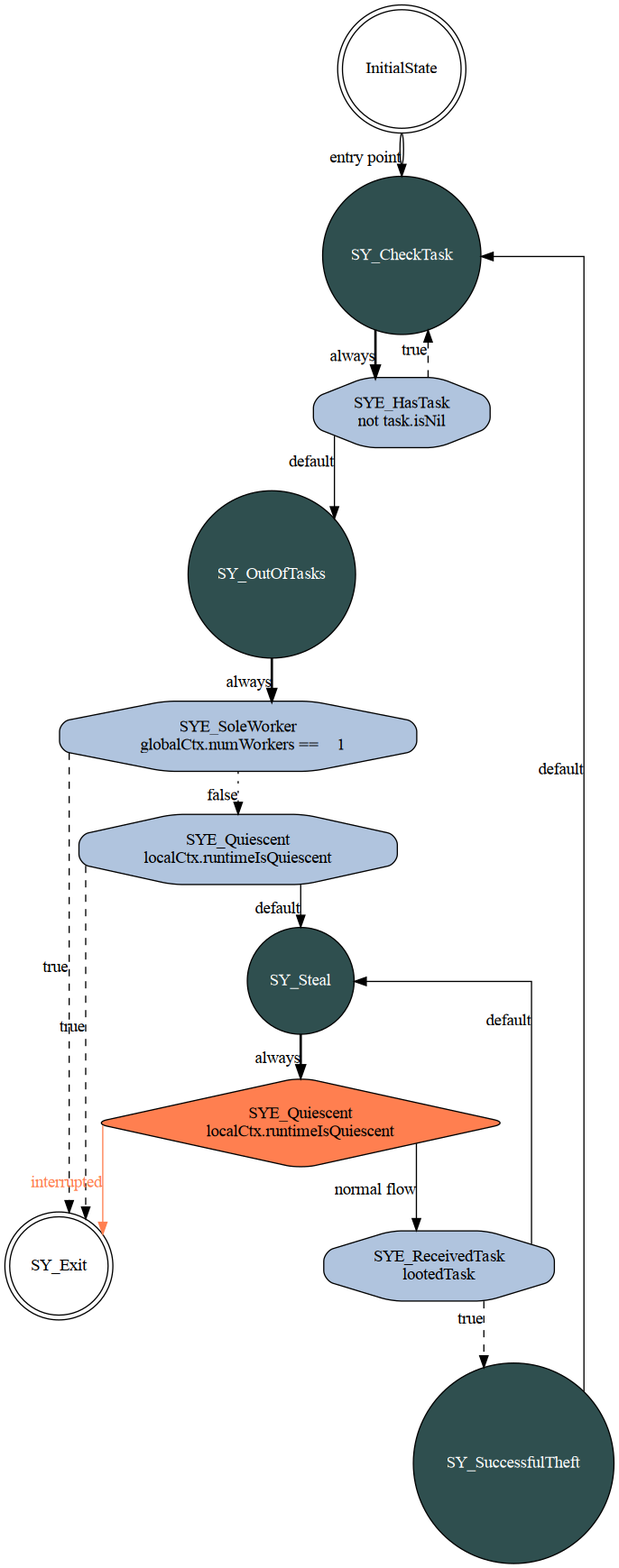
The Graphviz diagram weave/state_machines/sync_root.png in mratsim/weave, before a commit. Its source is kept beside it as weave/state_machines/sync_root.dot. Its diagram source:
```dot
digraph syncRootFSA{
    splines=ortho;
    node [shape = doublecircle]; InitialState SY_Exit;
    node [shape = circle, fontcolor=white, fillcolor=darkslategrey, style="filled"]; SY_OutOfTasks SY_CheckTask SY_SuccessfulTheft SY_Steal;
    InitialState -> SY_CheckTask [color="black:invis:black", xlabel="entry point"];
    node [shape = octagon, fontcolor=black, fillcolor=lightsteelblue, style="rounded,filled"]; SY_OutOfTasks_SYE_SoleWorker SY_OutOfTasks_SYE_Quiescent SY_CheckTask_SYE_HasTask SY_Steal_SYE_ReceivedTask ;
    node [shape = diamond, fontcolor=black, fillcolor=coral, style="rounded,filled"]; SY_Steal_SYE_Quiescent ;
    SY_OutOfTasks_SYE_SoleWorker [label="SYE_SoleWorker\n  globalCtx.numWorkers ==    1"];
    SY_OutOfTasks_SYE_Quiescent [label="SYE_Quiescent\nlocalCtx.runtimeIsQuiescent"];
    SY_CheckTask_SYE_HasTask [label="SYE_HasTask\nnot task.isNil"];
    SY_Steal_SYE_ReceivedTask [label="SYE_ReceivedTask\nlootedTask"];
    SY_Steal_SYE_Quiescent [label="SYE_Quiescent\nlocalCtx.runtimeIsQuiescent"];
    SY_OutOfTasks -> SY_OutOfTasks_SYE_SoleWorker[style=bold, xlabel="always"];
    SY_OutOfTasks_SYE_SoleWorker -> SY_Exit [style=dashed, xlabel="true"];
    SY_OutOfTasks_SYE_SoleWorker -> SY_OutOfTasks_SYE_Quiescent[style=dotted, xlabel="false"];
    SY_OutOfTasks_SYE_Quiescent -> SY_Exit [style=dashed, xlabel="true"];
    SY_OutOfTasks_SYE_Quiescent -> SY_Steal [xlabel="default"];
    SY_CheckTask -> SY_CheckTask_SYE_HasTask[style=bold, xlabel="always"];
    SY_CheckTask_SYE_HasTask -> SY_CheckTask [style=dashed, xlabel="true"];
    SY_CheckTask_SYE_HasTask -> SY_OutOfTasks [xlabel="default"];
    SY_SuccessfulTheft -> SY_CheckTask [xlabel="default"];
    SY_Steal -> SY_Steal_SYE_Quiescent[style=bold, xlabel="always"];
    SY_Steal_SYE_Quiescent -> SY_Exit [color="coral", fontcolor="coral", xlabel="interrupted"];
    SY_Steal_SYE_Quiescent -> SY_Steal_SYE_ReceivedTask[xlabel="normal flow"];
    SY_Steal_SYE_ReceivedTask -> SY_SuccessfulTheft [style=dashed, xlabel="true"];
    SY_Steal_SYE_ReceivedTask -> SY_Steal [xlabel="default"];
}
```
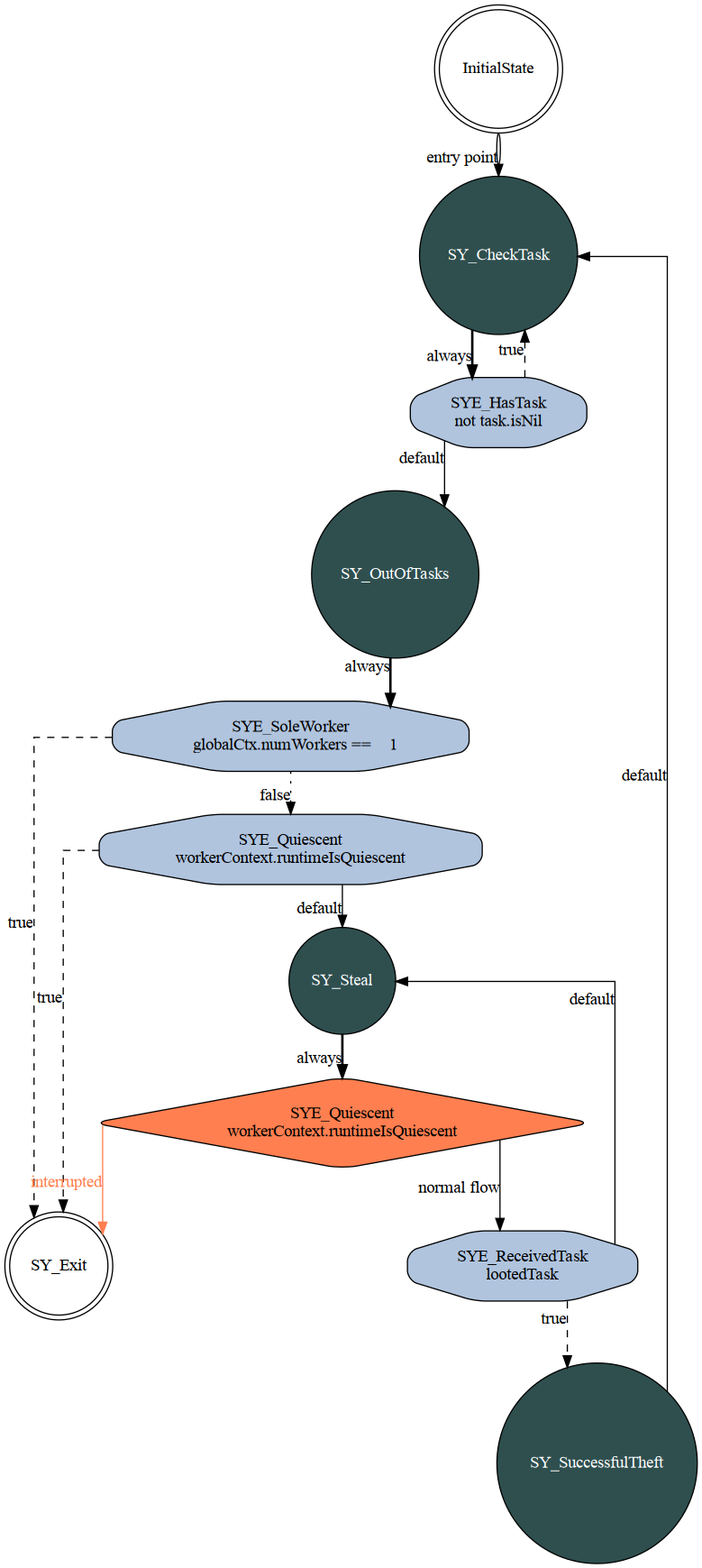
After the commit.

What changed in the source:
```diff
@@ -6,10 +6,10 @@
     node [shape = octagon, fontcolor=black, fillcolor=lightsteelblue, style="rounded,filled"]; SY_OutOfTasks_SYE_SoleWorker SY_OutOfTasks_SYE_Quiescent SY_CheckTask_SYE_HasTask SY_Steal_SYE_ReceivedTask ;
     node [shape = diamond, fontcolor=black, fillcolor=coral, style="rounded,filled"]; SY_Steal_SYE_Quiescent ;
     SY_OutOfTasks_SYE_SoleWorker [label="SYE_SoleWorker\n  globalCtx.numWorkers ==    1"];
-    SY_OutOfTasks_SYE_Quiescent [label="SYE_Quiescent\nlocalCtx.runtimeIsQuiescent"];
+    SY_OutOfTasks_SYE_Quiescent [label="SYE_Quiescent\nworkerContext.runtimeIsQuiescent"];
     SY_CheckTask_SYE_HasTask [label="SYE_HasTask\nnot task.isNil"];
     SY_Steal_SYE_ReceivedTask [label="SYE_ReceivedTask\nlootedTask"];
-    SY_Steal_SYE_Quiescent [label="SYE_Quiescent\nlocalCtx.runtimeIsQuiescent"];
+    SY_Steal_SYE_Quiescent [label="SYE_Quiescent\nworkerContext.runtimeIsQuiescent"];
     SY_OutOfTasks -> SY_OutOfTasks_SYE_SoleWorker[style=bold, xlabel="always"];
     SY_OutOfTasks_SYE_SoleWorker -> SY_Exit [style=dashed, xlabel="true"];
     SY_OutOfTasks_SYE_SoleWorker -> SY_OutOfTasks_SYE_Quiescent[style=dotted, xlabel="false"];
```
